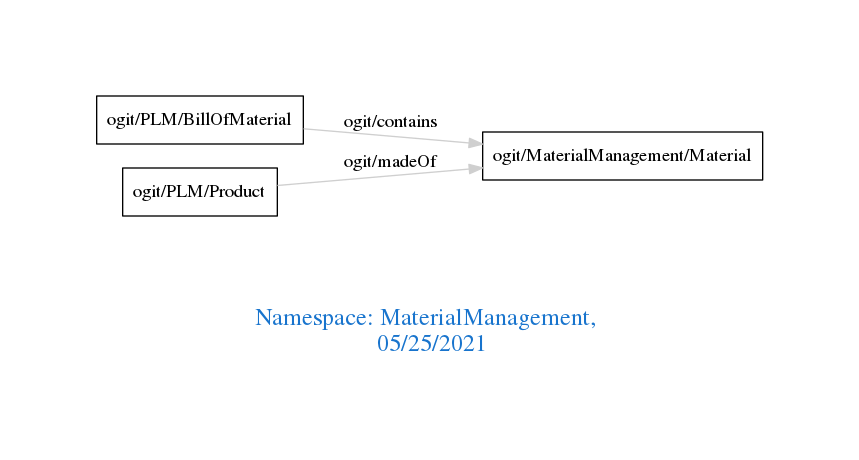
This is downloads/MaterialManagement.png from arago/OGIT, a Graphviz export, as it was before one commit. Its source is kept beside it as downloads/MaterialManagement.dot.
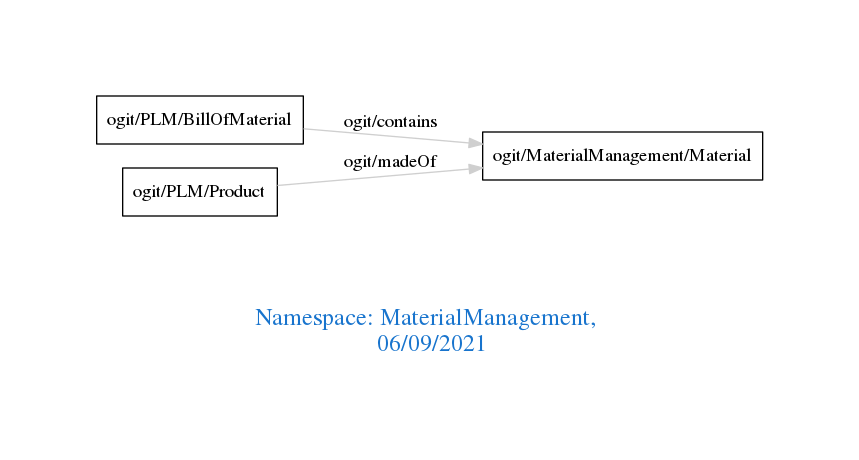
Above is the later version.

The edit, as a diff of the source:
```diff
@@ -1,7 +1,7 @@
 digraph OGIT_ontology {
  graph [ rankdir= LR,pad=1
 fontsize = 18,
-fontcolor= dodgerblue3,label = "\n\n\nNamespace: MaterialManagement, \n 05/25/2021"];
+fontcolor= dodgerblue3,label = "\n\n\nNamespace: MaterialManagement, \n 06/09/2021"];
 node[shape=polygon];
 edge [  color="gray81"];
 
```
